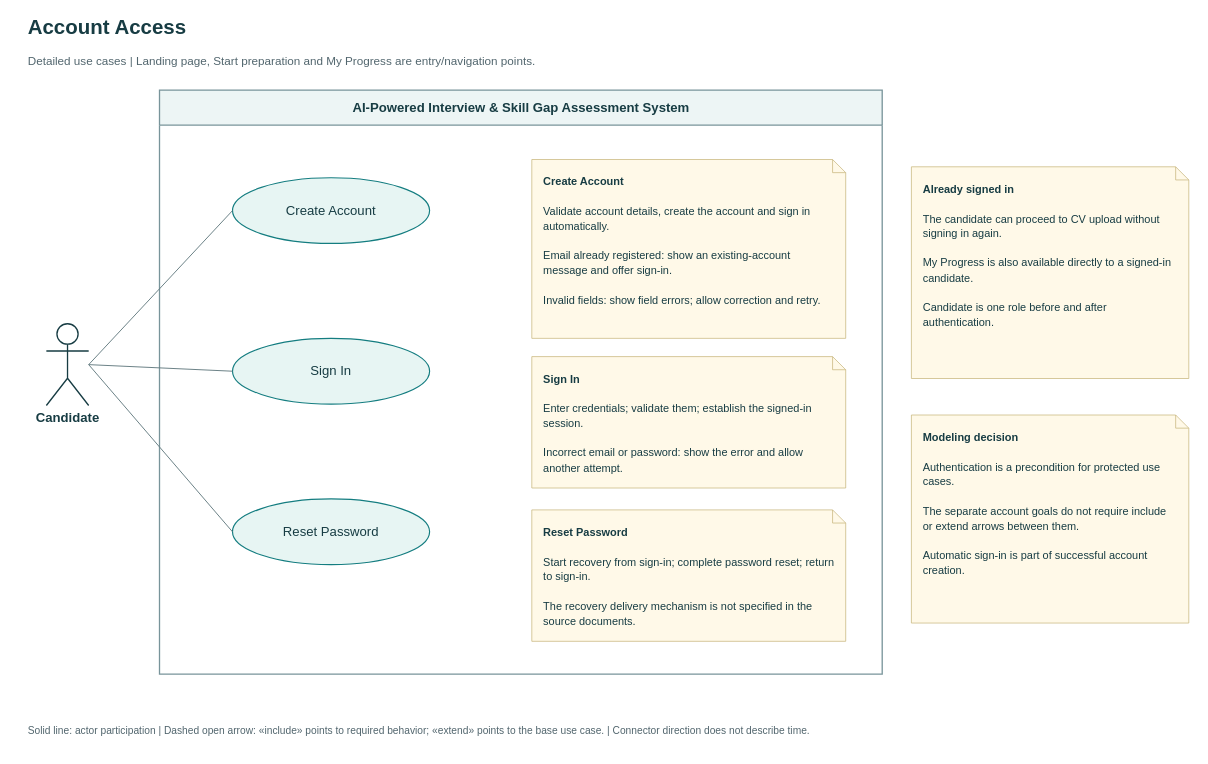
This is page "Account Access" (3 of 10) of AI Interview - Use Case Model.drawio from ziadhalaby/AI-Interview-Skill-Gap, a draw.io file, before an edit. Source tidied: cells renumbered, new cells numbered last; positions are measured from the earlier drawing's top-left corner, leaving out a move shared by most shapes. Both pictures are drawn from the tidied source at 73%, with x=0, y=0 at pixel (28, 12).
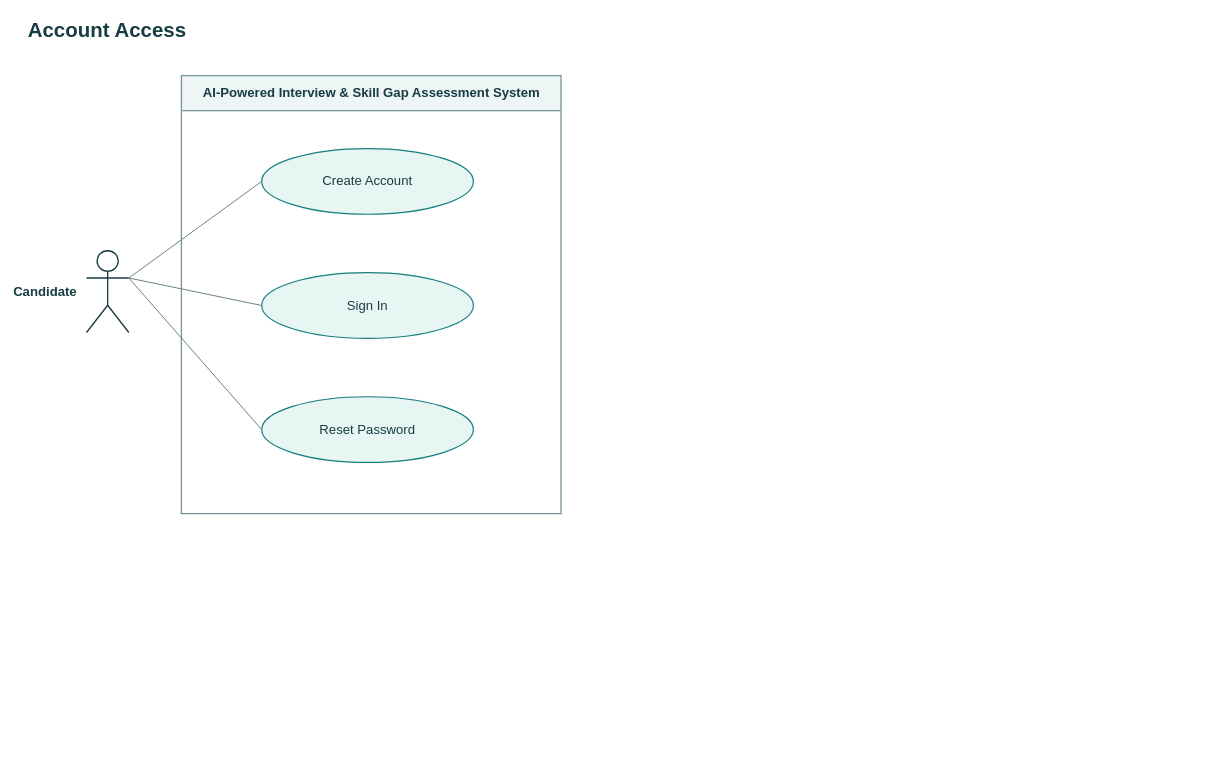
After the change.

Commit message (it also covers changes not shown here):
Update use case model with latest project changes

What changed in the source:
```diff
@@
 <mxGraphModel background="#FFFFFF">
   <root>
     <mxCell id="0" />
     <mxCell id="1" parent="0" />
     <mxCell id="2" value="Account Access" style="html=1;fontFamily=Arial;fontColor=#173C43;text;whiteSpace=wrap;overflow=hidden;strokeColor=none;fillColor=none;fontSize=28;fontStyle=1;fontColor=#173C43;align=left;verticalAlign=middle;spacing=0;" parent="1" vertex="1">
-      <mxGeometry width="1600" height="40" as="geometry" />
+      <mxGeometry width="770" height="46" as="geometry" />
     </mxCell>
-    <mxCell id="3" value="Detailed use cases | Landing page, Start preparation and My Progress are entry/navigation points." style="html=1;fontFamily=Arial;fontColor=#173C43;text;whiteSpace=wrap;overflow=hidden;strokeColor=none;fillColor=none;fontSize=16;fontStyle=0;fontColor=#52666E;align=left;verticalAlign=middle;spacing=0;" parent="1" vertex="1">
-      <mxGeometry y="48" width="1600" height="36" as="geometry" />
-    </mxCell>
     <mxCell id="4" value="AI-Powered Interview &amp; Skill Gap Assessment System" style="html=1;fontFamily=Arial;fontColor=#173C43;swimlane;horizontal=1;startSize=48;rounded=0;strokeWidth=1.8;strokeColor=#78949A;fillColor=#EDF5F5;swimlaneFillColor=#FFFFFF;fontSize=18;fontStyle=1;align=center;" parent="1" vertex="1">
-      <mxGeometry x="180" y="106" width="990" height="800" as="geometry" />
+      <mxGeometry x="210" y="86" width="520" height="600" as="geometry" />
     </mxCell>
-    <mxCell id="5" value="Candidate" style="html=1;fontFamily=Arial;fontColor=#173C43;shape=umlActor;verticalLabelPosition=bottom;verticalAlign=top;align=center;fontSize=18;fontStyle=1;strokeWidth=1.8;strokeColor=#173C43;fillColor=#FFFFFF;labelBackgroundColor=#FFFFFF;" parent="1" vertex="1">
-      <mxGeometry x="25" y="426" width="58" height="112" as="geometry" />
+    <mxCell id="5" value="Candidate" style="html=1;fontFamily=Arial;fontColor=#173C43;shape=umlActor;verticalLabelPosition=bottom;verticalAlign=top;align=center;fontSize=18;fontStyle=1;strokeWidth=1.8;strokeColor=#173C43;fillColor=#FFFFFF;labelBackgroundColor=#FFFFFF;labelPosition=left;verticalLabelPosition=middle;verticalAlign=middle;align=right;spacingRight=12;labelPosition=left;verticalLabelPosition=middle;verticalAlign=middle;align=right;spacingRight=12;labelPosition=left;verticalLabelPosition=middle;verticalAlign=middle;align=right;spacingRight=12;" parent="1" vertex="1">
+      <mxGeometry x="80" y="326" width="58" height="112" as="geometry" />
     </mxCell>
     <mxCell id="6" value="Create Account" style="html=1;fontFamily=Arial;fontColor=#173C43;ellipse;whiteSpace=wrap;overflow=hidden;fillColor=#E7F5F3;strokeColor=#147D80;strokeWidth=1.6;fontSize=18;align=center;verticalAlign=middle;spacing=10;" parent="4" vertex="1">
-      <mxGeometry x="100" y="120" width="270" height="90" as="geometry" />
+      <mxGeometry x="110" y="100" width="290" height="90" as="geometry" />
     </mxCell>
-    <mxCell id="7" style="html=1;fontFamily=Arial;fontSize=15;fontColor=#173C43;labelBackgroundColor=#FFFFFF;align=center;verticalAlign=middle;endArrow=none;startArrow=none;strokeColor=#647B81;strokeWidth=1.3;exitX=1;exitY=0.5;exitPerimeter=1;entryX=0;entryY=0.5;entryPerimeter=1;" parent="1" edge="1" source="5" target="6">
+    <mxCell id="7" style="html=1;fontFamily=Arial;fontSize=15;fontColor=#173C43;labelBackgroundColor=#FFFFFF;align=center;verticalAlign=middle;endArrow=none;startArrow=none;strokeColor=#647B81;strokeWidth=1.3;exitX=1;exitY=0.333333;exitPerimeter=1;entryX=0;entryY=0.5;entryPerimeter=1;" parent="1" edge="1" source="5" target="6">
       <mxGeometry relative="1" as="geometry" />
     </mxCell>
     <mxCell id="8" value="Sign In" style="html=1;fontFamily=Arial;fontColor=#173C43;ellipse;whiteSpace=wrap;overflow=hidden;fillColor=#E7F5F3;strokeColor=#147D80;strokeWidth=1.6;fontSize=18;align=center;verticalAlign=middle;spacing=10;" parent="4" vertex="1">
-      <mxGeometry x="100" y="340" width="270" height="90" as="geometry" />
+      <mxGeometry x="110" y="270" width="290" height="90" as="geometry" />
     </mxCell>
-    <mxCell id="9" style="html=1;fontFamily=Arial;fontSize=15;fontColor=#173C43;labelBackgroundColor=#FFFFFF;align=center;verticalAlign=middle;endArrow=none;startArrow=none;strokeColor=#647B81;strokeWidth=1.3;exitX=1;exitY=0.5;exitPerimeter=1;entryX=0;entryY=0.5;entryPerimeter=1;" parent="1" edge="1" source="5" target="8">
+    <mxCell id="9" style="html=1;fontFamily=Arial;fontSize=15;fontColor=#173C43;labelBackgroundColor=#FFFFFF;align=center;verticalAlign=middle;endArrow=none;startArrow=none;strokeColor=#647B81;strokeWidth=1.3;exitX=1;exitY=0.333333;exitPerimeter=1;entryX=0;entryY=0.5;entryPerimeter=1;" parent="1" edge="1" source="5" target="8">
       <mxGeometry relative="1" as="geometry" />
     </mxCell>
     <mxCell id="10" value="Reset Password" style="html=1;fontFamily=Arial;fontColor=#173C43;ellipse;whiteSpace=wrap;overflow=hidden;fillColor=#E7F5F3;strokeColor=#147D80;strokeWidth=1.6;fontSize=18;align=center;verticalAlign=middle;spacing=10;" parent="4" vertex="1">
-      <mxGeometry x="100" y="560" width="270" height="90" as="geometry" />
+      <mxGeometry x="110" y="440" width="290" height="90" as="geometry" />
     </mxCell>
-    <mxCell id="11" style="html=1;fontFamily=Arial;fontSize=15;fontColor=#173C43;labelBackgroundColor=#FFFFFF;align=center;verticalAlign=middle;endArrow=none;startArrow=none;strokeColor=#647B81;strokeWidth=1.3;exitX=1;exitY=0.5;exitPerimeter=1;entryX=0;entryY=0.5;entryPerimeter=1;" parent="1" edge="1" source="5" target="10">
+    <mxCell id="11" style="html=1;fontFamily=Arial;fontSize=15;fontColor=#173C43;labelBackgroundColor=#FFFFFF;align=center;verticalAlign=middle;endArrow=none;startArrow=none;strokeColor=#647B81;strokeWidth=1.3;exitX=1;exitY=0.333333;exitPerimeter=1;entryX=0;entryY=0.5;entryPerimeter=1;" parent="1" edge="1" source="5" target="10">
       <mxGeometry relative="1" as="geometry" />
     </mxCell>
-    <mxCell id="12" value="&lt;div style=&quot;line-height:1.35;text-align:left;&quot;&gt;&lt;b&gt;Create Account&lt;/b&gt;&lt;br&gt;&lt;br&gt;Validate account details, create the account and sign in automatically.&lt;br&gt;&lt;br&gt;Email already registered: show an existing-account message and offer sign-in.&lt;br&gt;&lt;br&gt;Invalid fields: show field errors; allow correction and retry.&lt;/div&gt;" style="html=1;fontFamily=Arial;fontColor=#173C43;shape=note;size=18;whiteSpace=wrap;fillColor=#FFF9E8;strokeColor=#C7B57B;strokeWidth=1;align=left;verticalAlign=top;spacing=16;fontSize=15;" parent="4" vertex="1">
-      <mxGeometry x="510" y="95" width="430" height="245" as="geometry" />
-    </mxCell>
-    <mxCell id="13" value="&lt;div style=&quot;line-height:1.35;text-align:left;&quot;&gt;&lt;b&gt;Sign In&lt;/b&gt;&lt;br&gt;&lt;br&gt;Enter credentials; validate them; establish the signed-in session.&lt;br&gt;&lt;br&gt;Incorrect email or password: show the error and allow another attempt.&lt;/div&gt;" style="html=1;fontFamily=Arial;fontColor=#173C43;shape=note;size=18;whiteSpace=wrap;fillColor=#FFF9E8;strokeColor=#C7B57B;strokeWidth=1;align=left;verticalAlign=top;spacing=16;fontSize=15;" parent="4" vertex="1">
-      <mxGeometry x="510" y="365" width="430" height="180" as="geometry" />
-    </mxCell>
-    <mxCell id="14" value="&lt;div style=&quot;line-height:1.35;text-align:left;&quot;&gt;&lt;b&gt;Reset Password&lt;/b&gt;&lt;br&gt;&lt;br&gt;Start recovery from sign-in; complete password reset; return to sign-in.&lt;br&gt;&lt;br&gt;The recovery delivery mechanism is not specified in the source documents.&lt;/div&gt;" style="html=1;fontFamily=Arial;fontColor=#173C43;shape=note;size=18;whiteSpace=wrap;fillColor=#FFF9E8;strokeColor=#C7B57B;strokeWidth=1;align=left;verticalAlign=top;spacing=16;fontSize=15;" parent="4" vertex="1">
-      <mxGeometry x="510" y="575" width="430" height="180" as="geometry" />
-    </mxCell>
-    <mxCell id="15" value="&lt;div style=&quot;line-height:1.35;text-align:left;&quot;&gt;&lt;b&gt;Already signed in&lt;/b&gt;&lt;br&gt;&lt;br&gt;The candidate can proceed to CV upload without signing in again.&lt;br&gt;&lt;br&gt;My Progress is also available directly to a signed-in candidate.&lt;br&gt;&lt;br&gt;Candidate is one role before and after authentication.&lt;/div&gt;" style="html=1;fontFamily=Arial;fontColor=#173C43;shape=note;size=18;whiteSpace=wrap;fillColor=#FFF9E8;strokeColor=#C7B57B;strokeWidth=1;align=left;verticalAlign=top;spacing=16;fontSize=15;" parent="1" vertex="1">
-      <mxGeometry x="1210" y="211" width="380" height="290" as="geometry" />
-    </mxCell>
-    <mxCell id="16" value="&lt;div style=&quot;line-height:1.35;text-align:left;&quot;&gt;&lt;b&gt;Modeling decision&lt;/b&gt;&lt;br&gt;&lt;br&gt;Authentication is a precondition for protected use cases.&lt;br&gt;&lt;br&gt;The separate account goals do not require include or extend arrows between them.&lt;br&gt;&lt;br&gt;Automatic sign-in is part of successful account creation.&lt;/div&gt;" style="html=1;fontFamily=Arial;fontColor=#173C43;shape=note;size=18;whiteSpace=wrap;fillColor=#FFF9E8;strokeColor=#C7B57B;strokeWidth=1;align=left;verticalAlign=top;spacing=16;fontSize=15;" parent="1" vertex="1">
-      <mxGeometry x="1210" y="551" width="380" height="285" as="geometry" />
-    </mxCell>
-    <mxCell id="17" value="Solid line: actor participation  |  Dashed open arrow: «include» points to required behavior; «extend» points to the base use case.  |  Connector direction does not describe time." style="html=1;fontFamily=Arial;fontColor=#173C43;text;whiteSpace=wrap;overflow=hidden;strokeColor=none;fillColor=none;fontSize=14;fontStyle=0;fontColor=#52666E;align=left;verticalAlign=middle;spacing=0;" parent="1" vertex="1">
-      <mxGeometry y="956" width="1600" height="56" as="geometry" />
-    </mxCell>
   </root>
 </mxGraphModel>
```
